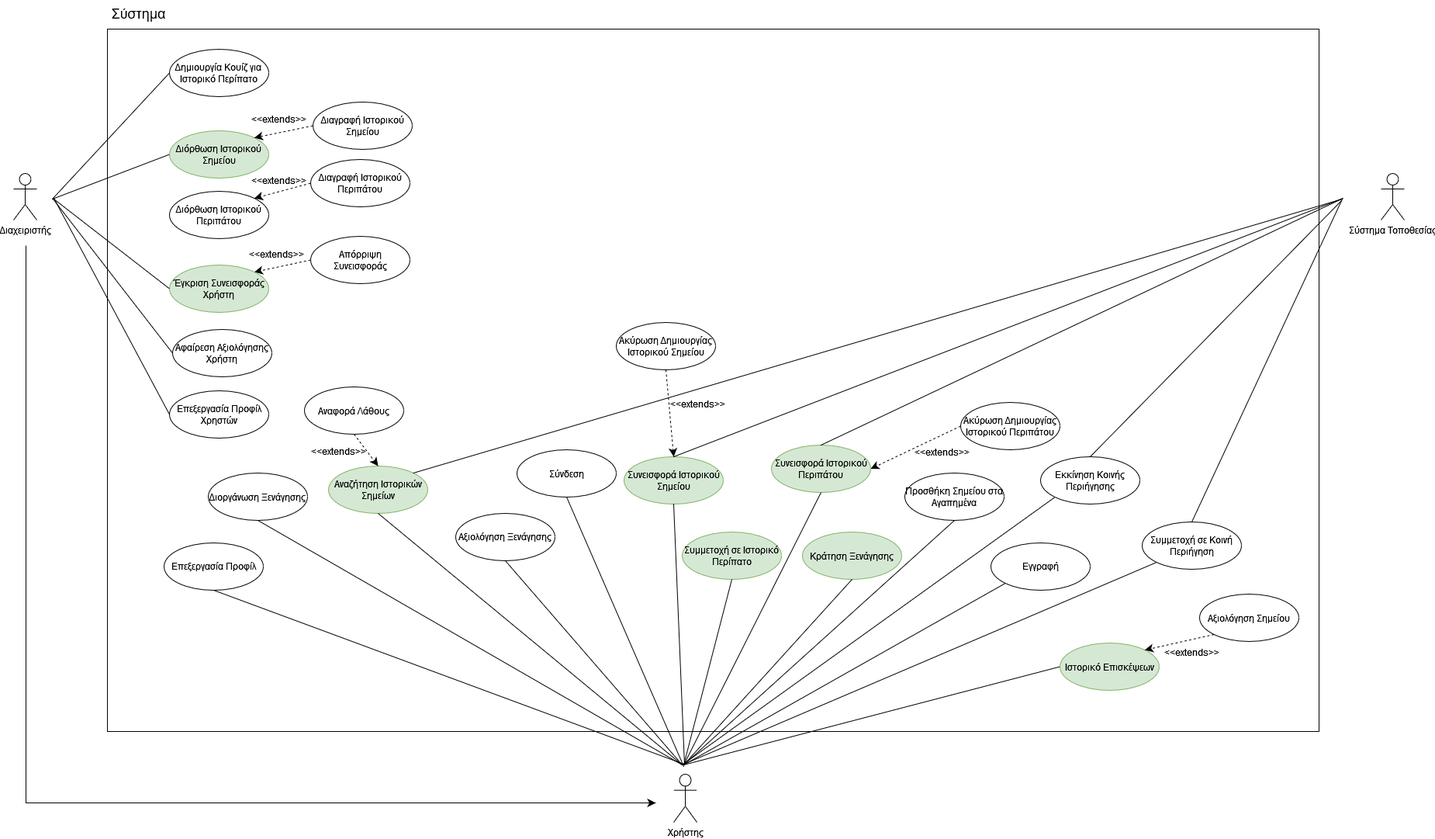
This is NOTES/Use Case Diagram v0.2.png from Nektar24/software-engineering, a draw.io export, as it was before one commit. Source tidied: cells renumbered, new cells last; positions are measured from the earlier drawing's top-left corner, leaving out a move shared by most shapes.
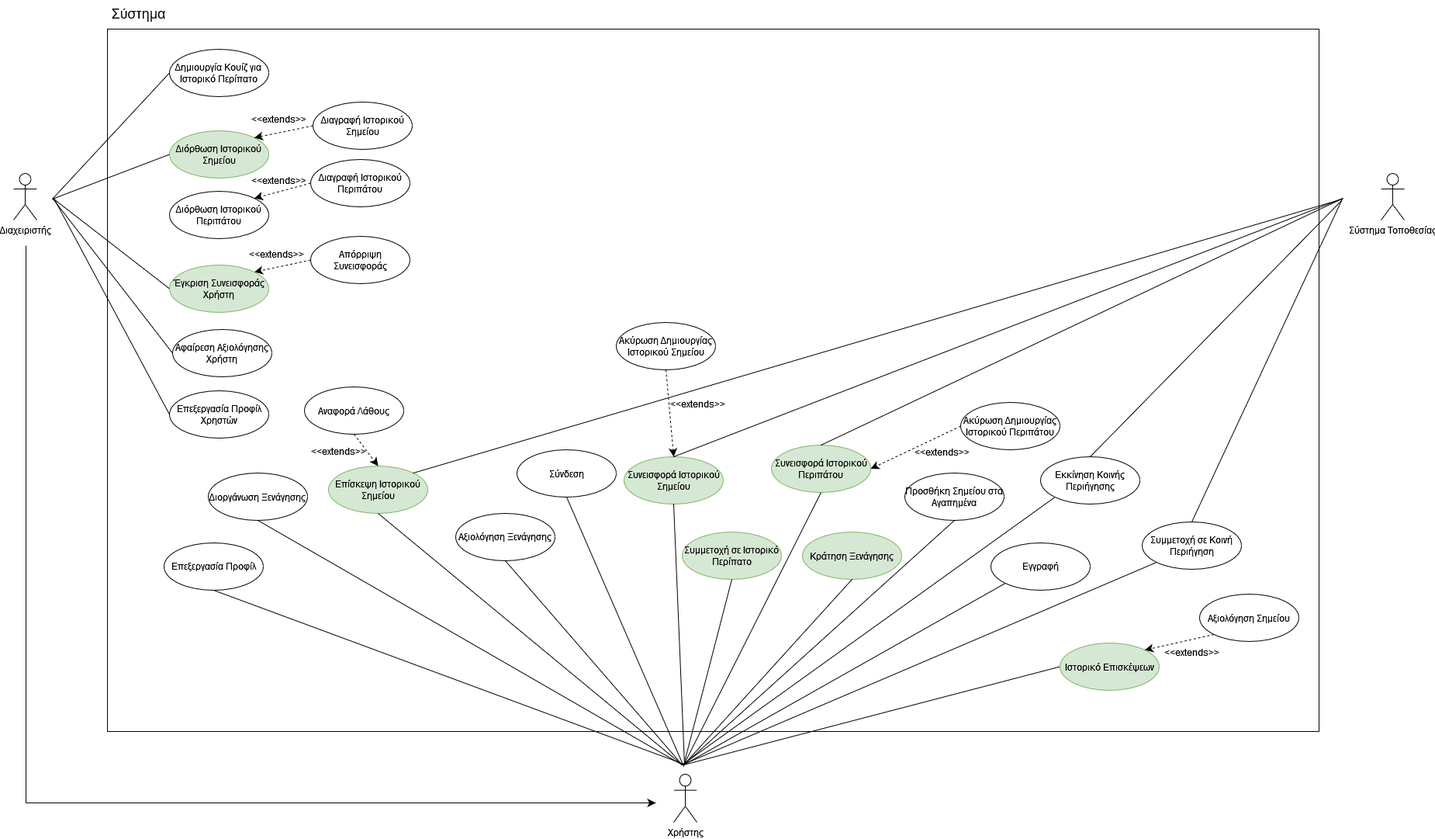
Later version of the same file.

Commit message:
corrected use case diagram v0.2

What changed in the source:
```diff
@@ -83,7 +83,7 @@
     <mxCell id="24" value="Επεξεργασία Προφίλ" style="ellipse;whiteSpace=wrap;html=1;" parent="1" vertex="1">
       <mxGeometry x="194" y="699" width="128" height="61" as="geometry" />
     </mxCell>
-    <mxCell id="25" value="Αναζήτηση Ιστορικών Σημείων" style="ellipse;whiteSpace=wrap;html=1;fillColor=#d5e8d4;strokeColor=#82b366;" parent="1" vertex="1">
+    <mxCell id="25" value="Επίσκεψη Ιστορικού Σημείου" style="ellipse;whiteSpace=wrap;html=1;fillColor=#d5e8d4;strokeColor=#82b366;" parent="1" vertex="1">
       <mxGeometry x="406" y="600" width="128" height="61" as="geometry" />
     </mxCell>
     <mxCell id="26" value="Αξιολόγηση Σημείου" style="ellipse;whiteSpace=wrap;html=1;" parent="1" vertex="1">
```
